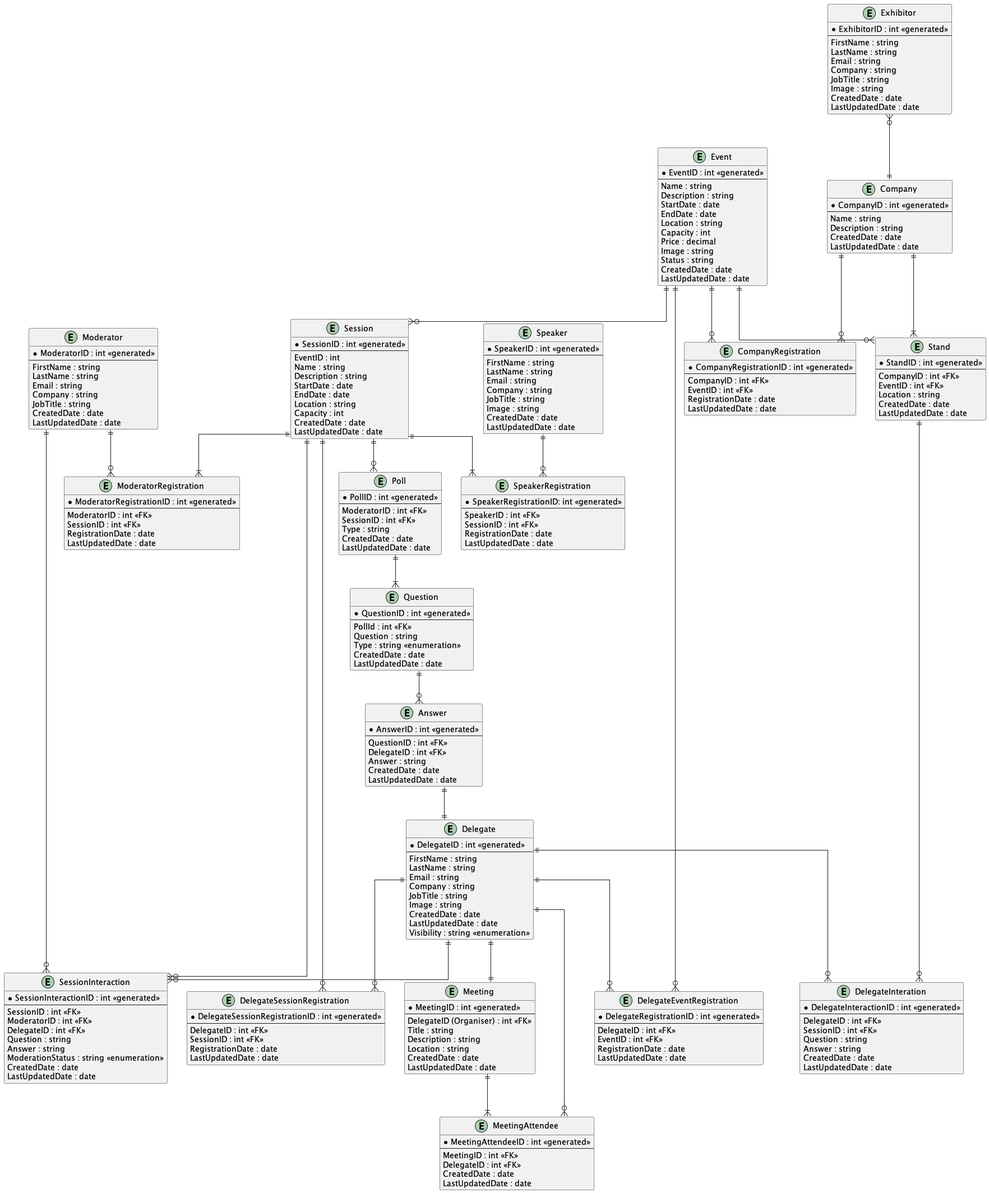
Earlier version of the PlantUML export out/BookMeIn2-EntityRelationshipDiagram/BookMeIn2-EntityRelationshipDiagram.png (CSC-40084-Group-7/BMI2-UML).
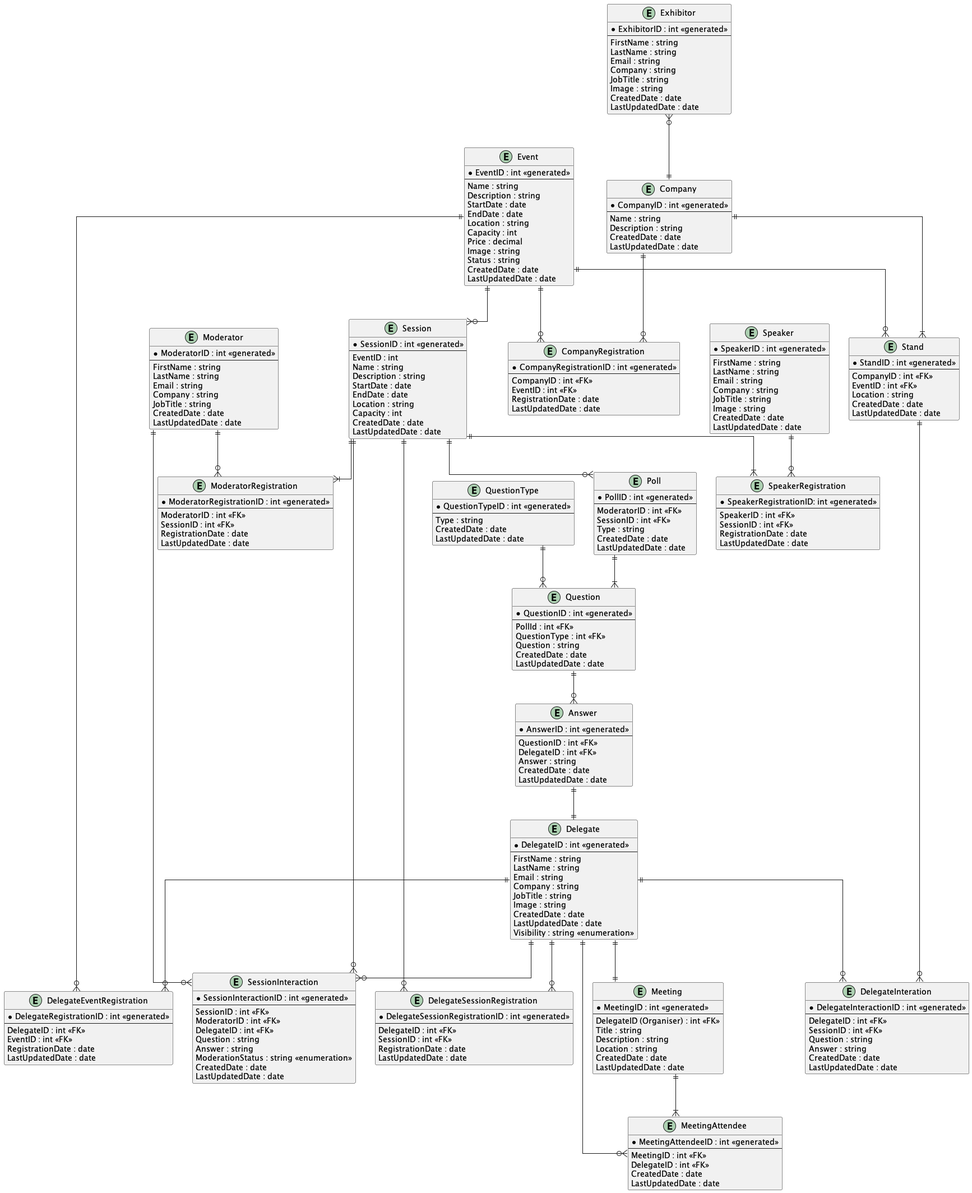
Later version of the same file.

What changed in the source:
```diff
@@ -188,8 +188,16 @@
     * QuestionID : int <<generated>>
     ---
     PollId : int <<FK>>
+    QuestionType : int <<FK>>
     Question : string
-    Type : string <<enumeration>>
+    CreatedDate : date
+    LastUpdatedDate : date
+}
+
+entity "QuestionType" as questiontype {
+    * QuestionTypeID : int <<generated>>
+    ---
+    Type : string
     CreatedDate : date
     LastUpdatedDate : date
 }
@@ -262,4 +270,6 @@
 delegate ||--|| meeting
 meeting ||--|{ meetingattendee
 
+questiontype ||--o{ question
+
 @enduml
```
